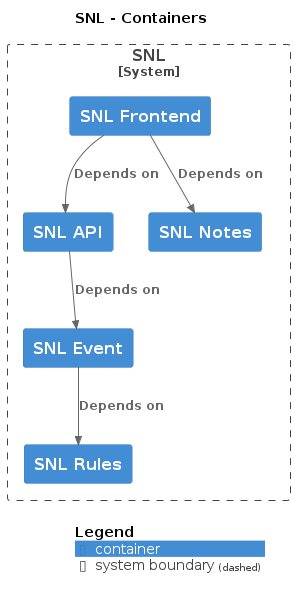
This is docs/c4/snl/images/structurizr-snl-overview.png from hmcts/cnp-api-docs, a PlantUML export, as it was before one commit.
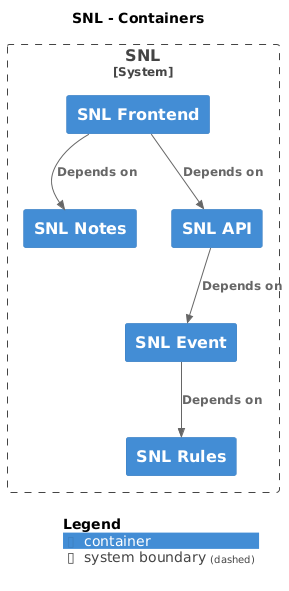
Above is the later version.

Change to the diagram source:
```diff
@@ -16,10 +16,10 @@
   Container(SNL.SNLRules, "SNL Rules", $techn="", $descr="", $tags="", $link="")
 }
 
-Rel_D(SNL.SNLAPI, SNL.SNLEvent, "Depends on", $techn="", $tags="", $link="")
-Rel_D(SNL.SNLFrontend, SNL.SNLAPI, "Depends on", $techn="", $tags="", $link="")
-Rel_D(SNL.SNLFrontend, SNL.SNLNotes, "Depends on", $techn="", $tags="", $link="")
-Rel_D(SNL.SNLEvent, SNL.SNLRules, "Depends on", $techn="", $tags="", $link="")
+Rel(SNL.SNLAPI, SNL.SNLEvent, "Depends on", $techn="", $tags="", $link="")
+Rel(SNL.SNLFrontend, SNL.SNLAPI, "Depends on", $techn="", $tags="", $link="")
+Rel(SNL.SNLFrontend, SNL.SNLNotes, "Depends on", $techn="", $tags="", $link="")
+Rel(SNL.SNLEvent, SNL.SNLRules, "Depends on", $techn="", $tags="", $link="")
 
 SHOW_DYNAMIC_LEGEND()
 @enduml
```
